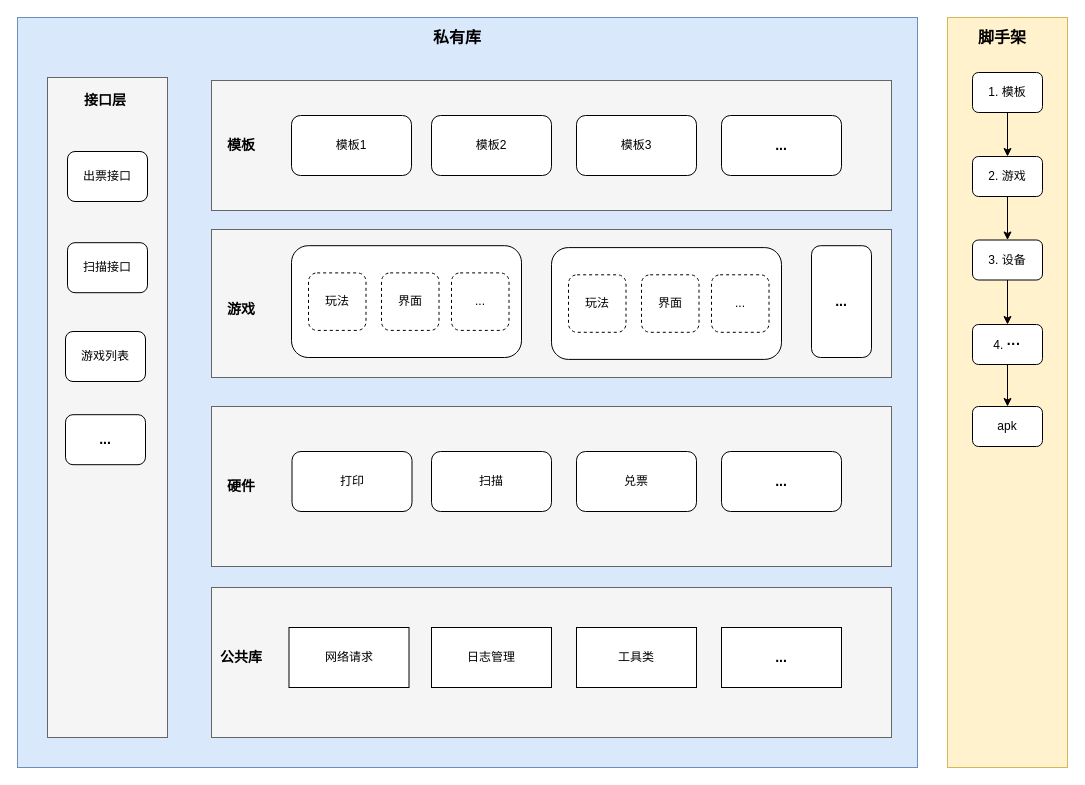
metre/images keeps this draw.io diagram as 终端软件架构demo.drawio. Above is the earlier version. Source tidied: cells renumbered, new cells numbered last; positions are measured from the earlier drawing's top-left corner, leaving out a move shared by most shapes. Both pictures are drawn from the tidied source at 100%, with x=0, y=0 at pixel (17, 17).
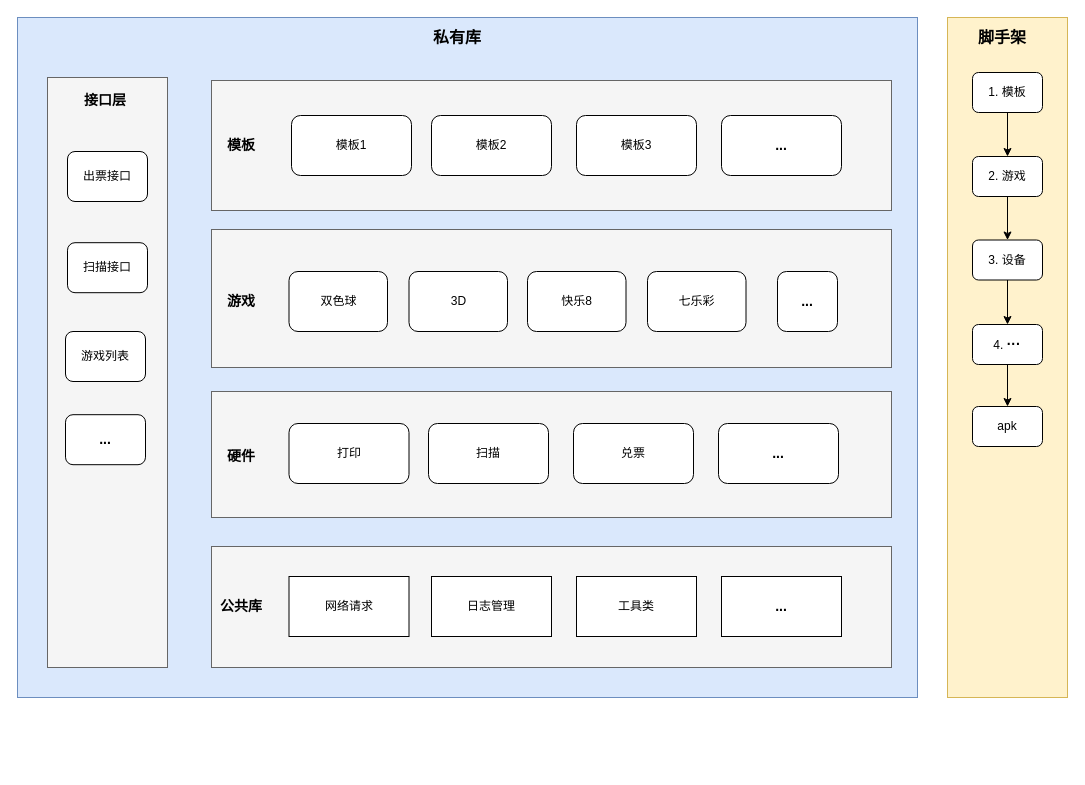
The same page after the edit.

Commit message:
更新终端软件架构demo.drawio

The edit, as a diff of the source:
```diff
@@
     <mxCell id="2" style="rounded=0;whiteSpace=wrap;html=1;fillColor=#fff2cc;strokeColor=#d6b656;" parent="1" vertex="1">
-      <mxGeometry x="930" width="120" height="750" as="geometry" />
+      <mxGeometry x="930" width="120" height="680" as="geometry" />
     </mxCell>
@@
     <mxCell id="12" style="rounded=0;whiteSpace=wrap;html=1;fillColor=#dae8fc;strokeColor=#6c8ebf;" parent="1" vertex="1">
-      <mxGeometry width="900" height="750" as="geometry" />
+      <mxGeometry width="900" height="680" as="geometry" />
     </mxCell>
     <mxCell id="13" style="rounded=0;whiteSpace=wrap;html=1;fillColor=#f5f5f5;fontColor=#333333;strokeColor=#666666;" parent="1" vertex="1">
-      <mxGeometry x="194" y="570" width="680" height="150" as="geometry" />
+      <mxGeometry x="194" y="529" width="680" height="121" as="geometry" />
     </mxCell>
     <mxCell id="14" value="公共库" style="text;html=1;strokeColor=none;fillColor=none;align=center;verticalAlign=middle;whiteSpace=wrap;rounded=0;fontStyle=1;fontSize=14;" parent="1" vertex="1">
-      <mxGeometry x="194" y="625" width="60" height="30" as="geometry" />
+      <mxGeometry x="194" y="574" width="60" height="30" as="geometry" />
     </mxCell>
     <mxCell id="15" value="网络请求" style="rounded=0;whiteSpace=wrap;html=1;" parent="1" vertex="1">
-      <mxGeometry x="271.5" y="610" width="120" height="60" as="geometry" />
+      <mxGeometry x="271.5" y="559" width="120" height="60" as="geometry" />
     </mxCell>
     <mxCell id="16" value="日志管理" style="rounded=0;whiteSpace=wrap;html=1;" parent="1" vertex="1">
-      <mxGeometry x="414" y="610" width="120" height="60" as="geometry" />
+      <mxGeometry x="414" y="559" width="120" height="60" as="geometry" />
     </mxCell>
     <mxCell id="17" value="工具类" style="rounded=0;whiteSpace=wrap;html=1;" parent="1" vertex="1">
-      <mxGeometry x="559" y="610" width="120" height="60" as="geometry" />
+      <mxGeometry x="559" y="559" width="120" height="60" as="geometry" />
     </mxCell>
     <mxCell id="18" style="rounded=0;whiteSpace=wrap;html=1;fillColor=#f5f5f5;fontColor=#333333;strokeColor=#666666;" parent="1" vertex="1">
-      <mxGeometry x="194" y="389" width="680" height="160" as="geometry" />
+      <mxGeometry x="194" y="374" width="680" height="126" as="geometry" />
     </mxCell>
     <mxCell id="19" value="硬件" style="text;html=1;strokeColor=none;fillColor=none;align=center;verticalAlign=middle;whiteSpace=wrap;rounded=0;fontStyle=1;fontSize=14;" parent="1" vertex="1">
-      <mxGeometry x="194" y="454" width="60" height="30" as="geometry" />
+      <mxGeometry x="194" y="424.2" width="60" height="30" as="geometry" />
     </mxCell>
     <mxCell id="20" value="打印" style="rounded=1;whiteSpace=wrap;html=1;" parent="1" vertex="1">
-      <mxGeometry x="274.5" y="434" width="120" height="60" as="geometry" />
+      <mxGeometry x="271.5" y="406" width="120" height="60" as="geometry" />
     </mxCell>
     <mxCell id="21" value="扫描" style="rounded=1;whiteSpace=wrap;html=1;" parent="1" vertex="1">
-      <mxGeometry x="414" y="434" width="120" height="60" as="geometry" />
+      <mxGeometry x="411" y="406" width="120" height="60" as="geometry" />
     </mxCell>
     <mxCell id="22" value="兑票" style="rounded=1;whiteSpace=wrap;html=1;" parent="1" vertex="1">
-      <mxGeometry x="559" y="434" width="120" height="60" as="geometry" />
+      <mxGeometry x="556" y="406" width="120" height="60" as="geometry" />
     </mxCell>
@@
     <mxCell id="28" value="..." style="rounded=1;whiteSpace=wrap;html=1;fontStyle=1;fontSize=14;" parent="1" vertex="1">
-      <mxGeometry x="704" y="434" width="120" height="60" as="geometry" />
+      <mxGeometry x="701" y="406" width="120" height="60" as="geometry" />
     </mxCell>
     <mxCell id="29" value="..." style="rounded=0;whiteSpace=wrap;html=1;fontSize=14;fontStyle=1;" parent="1" vertex="1">
-      <mxGeometry x="704" y="610" width="120" height="60" as="geometry" />
+      <mxGeometry x="704" y="559" width="120" height="60" as="geometry" />
     </mxCell>
     <mxCell id="30" style="rounded=0;whiteSpace=wrap;html=1;fillColor=#f5f5f5;fontColor=#333333;strokeColor=#666666;" parent="1" vertex="1">
-      <mxGeometry x="194" y="212" width="680" height="148" as="geometry" />
+      <mxGeometry x="194" y="212" width="680" height="138" as="geometry" />
     </mxCell>
-    <mxCell id="31" style="rounded=1;whiteSpace=wrap;html=1;" parent="1" vertex="1">
-      <mxGeometry x="274" y="228.2" width="230" height="111.8" as="geometry" />
-    </mxCell>
-    <mxCell id="32" value="玩法" style="whiteSpace=wrap;html=1;dashed=1;glass=0;rounded=1;sketch=0;shadow=0;" parent="1" vertex="1">
-      <mxGeometry x="291" y="255.4" width="57.5" height="57.5" as="geometry" />
-    </mxCell>
-    <mxCell id="33" value="界面" style="whiteSpace=wrap;html=1;dashed=1;glass=0;rounded=1;" parent="1" vertex="1">
-      <mxGeometry x="364" y="255.4" width="57.5" height="57.5" as="geometry" />
-    </mxCell>
-    <mxCell id="34" value="..." style="whiteSpace=wrap;html=1;dashed=1;rounded=1;" parent="1" vertex="1">
-      <mxGeometry x="434" y="255.4" width="57.5" height="57.5" as="geometry" />
-    </mxCell>
     <mxCell id="35" value="..." style="rounded=1;whiteSpace=wrap;html=1;fontStyle=1;fontSize=14;" parent="1" vertex="1">
-      <mxGeometry x="794" y="228.2" width="60" height="111.8" as="geometry" />
+      <mxGeometry x="760" y="254" width="60" height="60" as="geometry" />
     </mxCell>
     <mxCell id="36" value="游戏" style="text;html=1;strokeColor=none;fillColor=none;align=center;verticalAlign=middle;whiteSpace=wrap;rounded=0;fontSize=14;fontStyle=1;" parent="1" vertex="1">
-      <mxGeometry x="194" y="277" width="60" height="30" as="geometry" />
+      <mxGeometry x="194" y="269" width="60" height="30" as="geometry" />
     </mxCell>
@@
     <mxCell id="40" style="rounded=0;whiteSpace=wrap;html=1;fillColor=#f5f5f5;strokeColor=#666666;fontColor=#333333;" parent="1" vertex="1">
-      <mxGeometry x="30" y="60" width="120" height="660" as="geometry" />
+      <mxGeometry x="30" y="60" width="120" height="590" as="geometry" />
     </mxCell>
@@
-    <mxCell id="46" style="rounded=1;whiteSpace=wrap;html=1;" parent="1" vertex="1">
-      <mxGeometry x="534" y="230.1" width="230" height="111.8" as="geometry" />
-    </mxCell>
-    <mxCell id="47" value="玩法" style="whiteSpace=wrap;html=1;dashed=1;glass=0;rounded=1;sketch=0;shadow=0;" parent="1" vertex="1">
-      <mxGeometry x="551" y="257.3" width="57.5" height="57.5" as="geometry" />
-    </mxCell>
-    <mxCell id="48" value="界面" style="whiteSpace=wrap;html=1;dashed=1;glass=0;rounded=1;" parent="1" vertex="1">
-      <mxGeometry x="624" y="257.3" width="57.5" height="57.5" as="geometry" />
-    </mxCell>
-    <mxCell id="49" value="..." style="whiteSpace=wrap;html=1;dashed=1;rounded=1;" parent="1" vertex="1">
-      <mxGeometry x="694" y="257.3" width="57.5" height="57.5" as="geometry" />
-    </mxCell>
+    <mxCell id="50" value="双色球" style="rounded=1;whiteSpace=wrap;html=1;" parent="1" vertex="1">
+      <mxGeometry x="271.5" y="254" width="98.5" height="60" as="geometry" />
+    </mxCell>
+    <mxCell id="51" value="3D" style="rounded=1;whiteSpace=wrap;html=1;" parent="1" vertex="1">
+      <mxGeometry x="391.5" y="254" width="98.5" height="60" as="geometry" />
+    </mxCell>
+    <mxCell id="52" value="快乐8" style="rounded=1;whiteSpace=wrap;html=1;" parent="1" vertex="1">
+      <mxGeometry x="510" y="254" width="98.5" height="60" as="geometry" />
+    </mxCell>
+    <mxCell id="53" value="七乐彩" style="rounded=1;whiteSpace=wrap;html=1;" parent="1" vertex="1">
+      <mxGeometry x="630" y="254" width="98.5" height="60" as="geometry" />
+    </mxCell>
```
